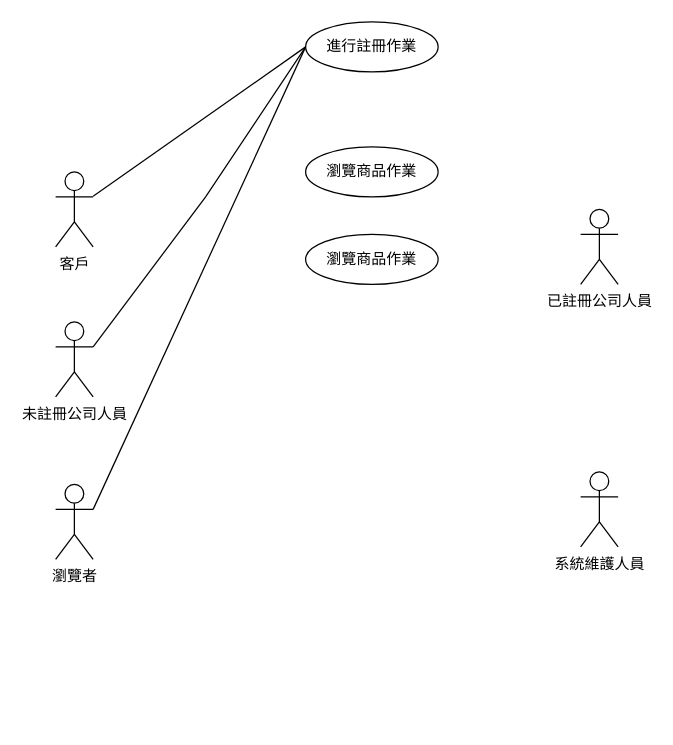
Before: page "(b) 小題" (1 of 2) of sample1.drawio in Zong789/110-2MidSample, a draw.io diagram. Source tidied: cells renumbered, new cells numbered last; positions are measured from the earlier drawing's top-left corner, leaving out a move shared by most shapes. Both pictures are drawn from the tidied source at 125%, with x=0, y=0 at pixel (55, 21).
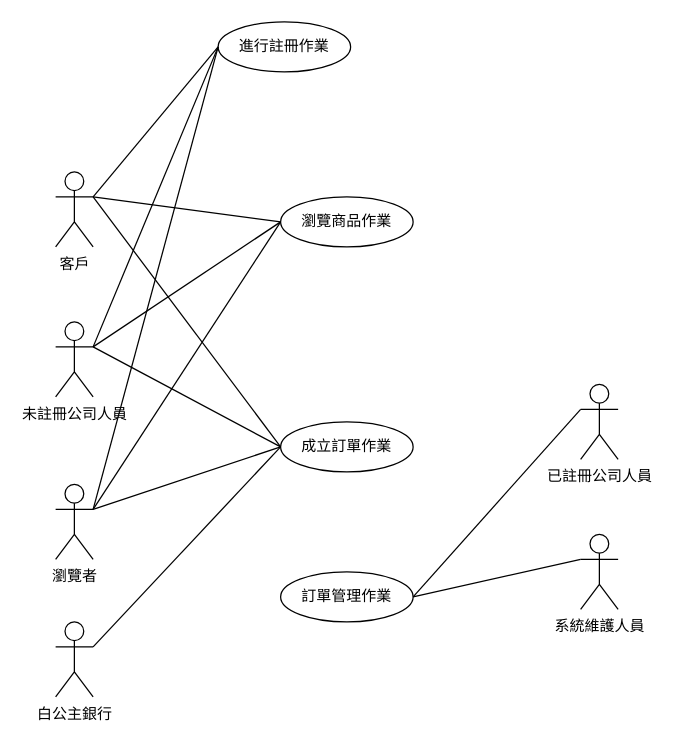
After the change.

The change refers to these unchanged cells:
```xml
<mxCell id="2" value="客戶" style="shape=umlActor;verticalLabelPosition=bottom;verticalAlign=top;html=1;" parent="1" vertex="1">
  <mxGeometry y="120" width="30" height="60" as="geometry" />
</mxCell>
<mxCell id="4" value="未註冊公司人員" style="shape=umlActor;verticalLabelPosition=bottom;verticalAlign=top;html=1;" parent="1" vertex="1">
  <mxGeometry y="240" width="30" height="60" as="geometry" />
</mxCell>
```

What changed in the source:
```diff
@@
     <mxCell id="3" value="系統維護人員" style="shape=umlActor;verticalLabelPosition=bottom;verticalAlign=top;html=1;" parent="1" vertex="1">
-      <mxGeometry x="420" y="360" width="30" height="60" as="geometry" />
+      <mxGeometry x="420" y="410" width="30" height="60" as="geometry" />
     </mxCell>
@@
     <mxCell id="6" value="已註冊公司人員" style="shape=umlActor;verticalLabelPosition=bottom;verticalAlign=top;html=1;" parent="1" vertex="1">
-      <mxGeometry x="420" y="150" width="30" height="60" as="geometry" />
+      <mxGeometry x="420" y="290" width="30" height="60" as="geometry" />
     </mxCell>
     <mxCell id="7" value="進行註冊作業" style="ellipse;whiteSpace=wrap;html=1;" parent="1" vertex="1">
-      <mxGeometry x="200" width="106" height="40" as="geometry" />
+      <mxGeometry x="130" width="106" height="40" as="geometry" />
     </mxCell>
-    <mxCell id="8" style="endArrow=none;html=1;rounded=0;entryX=0;entryY=0.5;entryDx=0;entryDy=0;" parent="1" edge="1" source="2" target="7">
-      <mxGeometry relative="1" as="geometry" />
+    <mxCell id="8" style="endArrow=none;html=1;rounded=0;entryX=0;entryY=0.5;entryDx=0;entryDy=0;" parent="1" edge="1" target="7">
+      <mxGeometry relative="1" as="geometry">
+        <mxPoint x="30" y="140" as="sourcePoint" />
+      </mxGeometry>
     </mxCell>
-    <mxCell id="9" style="endArrow=none;html=1;rounded=0;entryX=0;entryY=0.5;entryDx=0;entryDy=0;exitX=1;exitY=0.3333333333333333;exitDx=0;exitDy=0;exitPerimeter=0;" parent="1" edge="1" source="4" target="7">
+    <mxCell id="9" style="endArrow=none;html=1;rounded=0;entryX=0;entryY=0.5;entryDx=0;entryDy=0;" parent="1" edge="1" target="7">
       <mxGeometry relative="1" as="geometry">
-        <Array as="points">
-          <mxPoint x="120" y="140" />
-        </Array>
+        <mxPoint x="30" y="260" as="sourcePoint" />
       </mxGeometry>
     </mxCell>
@@
     <mxCell id="11" value="瀏覽商品作業" style="ellipse;whiteSpace=wrap;html=1;" parent="1" vertex="1">
-      <mxGeometry x="200" y="100" width="106" height="40" as="geometry" />
+      <mxGeometry x="180" y="140" width="106" height="40" as="geometry" />
     </mxCell>
-    <mxCell id="12" value="瀏覽商品作業" style="ellipse;whiteSpace=wrap;html=1;" parent="1" vertex="1">
-      <mxGeometry x="200" y="170" width="106" height="40" as="geometry" />
+    <mxCell id="12" value="成立訂單作業" style="ellipse;whiteSpace=wrap;html=1;" parent="1" vertex="1">
+      <mxGeometry x="180" y="320" width="106" height="40" as="geometry" />
     </mxCell>
+    <mxCell id="13" value="白公主銀行" style="shape=umlActor;verticalLabelPosition=bottom;verticalAlign=top;html=1;" parent="1" vertex="1">
+      <mxGeometry y="480" width="30" height="60" as="geometry" />
+    </mxCell>
+    <mxCell id="14" style="endArrow=none;html=1;rounded=0;entryX=0;entryY=0.5;entryDx=0;entryDy=0;exitX=1;exitY=0.3333333333333333;exitDx=0;exitDy=0;exitPerimeter=0;" parent="1" edge="1" source="13" target="12">
+      <mxGeometry relative="1" as="geometry" />
+    </mxCell>
+    <mxCell id="15" value="訂單管理作業" style="ellipse;whiteSpace=wrap;html=1;" parent="1" vertex="1">
+      <mxGeometry x="180" y="440" width="106" height="40" as="geometry" />
+    </mxCell>
+    <mxCell id="16" style="endArrow=none;html=1;rounded=0;entryX=0;entryY=0.3333333333333333;entryDx=0;entryDy=0;exitX=1;exitY=0.5;exitDx=0;exitDy=0;entryPerimeter=0;" parent="1" edge="1" source="15" target="3">
+      <mxGeometry relative="1" as="geometry" />
+    </mxCell>
+    <mxCell id="17" style="endArrow=none;html=1;rounded=0;entryX=0;entryY=0.3333333333333333;entryDx=0;entryDy=0;exitX=1;exitY=0.5;exitDx=0;exitDy=0;entryPerimeter=0;" parent="1" edge="1" source="15" target="6">
+      <mxGeometry relative="1" as="geometry" />
+    </mxCell>
+    <mxCell id="18" style="endArrow=none;html=1;rounded=0;entryX=0;entryY=0.5;entryDx=0;entryDy=0;" parent="1" edge="1" target="12">
+      <mxGeometry relative="1" as="geometry">
+        <mxPoint x="30" y="390" as="sourcePoint" />
+      </mxGeometry>
+    </mxCell>
+    <mxCell id="19" style="endArrow=none;html=1;rounded=0;exitX=1;exitY=0.3333333333333333;exitDx=0;exitDy=0;exitPerimeter=0;entryX=0;entryY=0.5;entryDx=0;entryDy=0;" parent="1" edge="1" source="4" target="11">
+      <mxGeometry relative="1" as="geometry" />
+    </mxCell>
+    <mxCell id="20" style="endArrow=none;html=1;rounded=0;entryX=0;entryY=0.5;entryDx=0;entryDy=0;" parent="1" edge="1" target="11">
+      <mxGeometry relative="1" as="geometry">
+        <mxPoint x="30" y="140" as="sourcePoint" />
+      </mxGeometry>
+    </mxCell>
+    <mxCell id="21" style="endArrow=none;html=1;rounded=0;entryX=0;entryY=0.5;entryDx=0;entryDy=0;" parent="1" edge="1" target="12">
+      <mxGeometry relative="1" as="geometry">
+        <mxPoint x="30" y="140" as="sourcePoint" />
+      </mxGeometry>
+    </mxCell>
+    <mxCell id="22" style="endArrow=none;html=1;rounded=0;exitX=1;exitY=0.3333333333333333;exitDx=0;exitDy=0;exitPerimeter=0;" parent="1" edge="1" source="4">
+      <mxGeometry relative="1" as="geometry">
+        <mxPoint x="180" y="340" as="targetPoint" />
+      </mxGeometry>
+    </mxCell>
+    <mxCell id="23" style="endArrow=none;html=1;rounded=0;entryX=0;entryY=0.5;entryDx=0;entryDy=0;" parent="1" edge="1" target="11">
+      <mxGeometry relative="1" as="geometry">
+        <mxPoint x="30" y="390" as="sourcePoint" />
+      </mxGeometry>
+    </mxCell>
```
